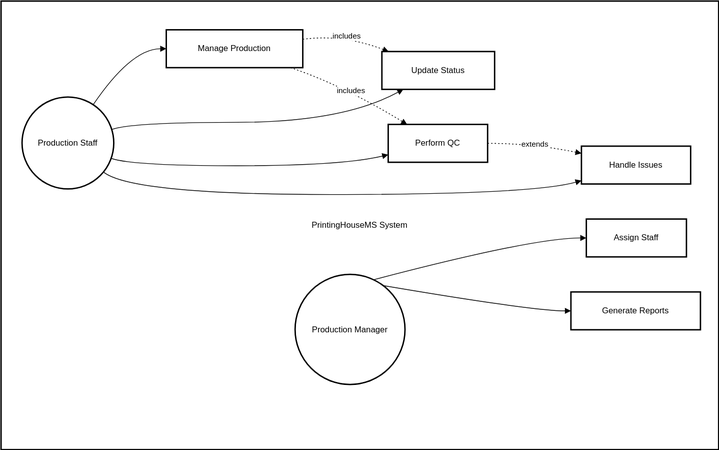
This is UseCase/UseCase2.drawio.svg from Arlindo536/PrintingHouseMS, a draw.io export, as it was before one commit. Source tidied: cells renumbered, new cells last; positions are measured from the earlier drawing's top-left corner, leaving out a move shared by most shapes.
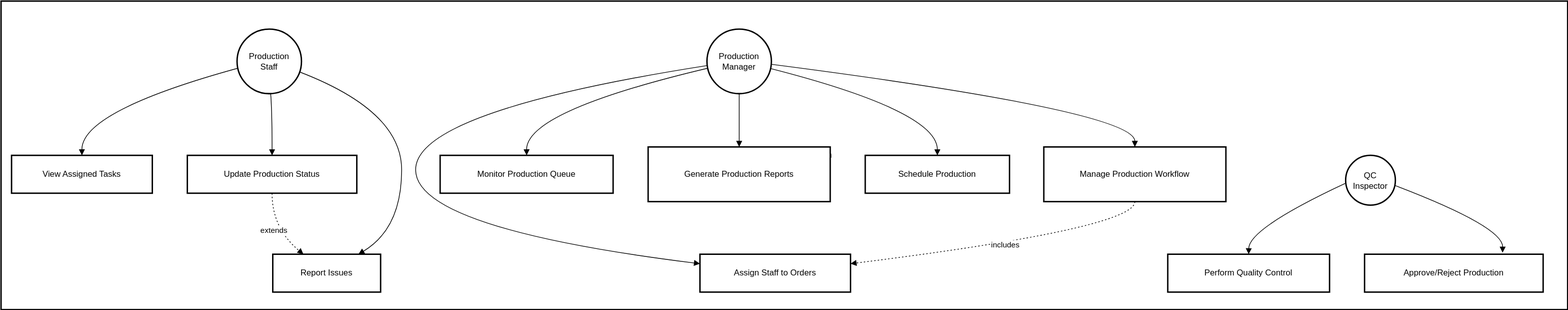
After the commit.

Diff of the diagram source:
```diff
@@ -3,95 +3,128 @@
     <mxCell id="0" />
     <mxCell id="1" parent="0" />
     <mxCell id="2" value="PrintingHouseMS System" style="whiteSpace=wrap;strokeWidth=2;" parent="1" vertex="1">
-      <mxGeometry width="1025" height="640" as="geometry" />
+      <mxGeometry x="50" y="-40" width="2237" height="440" as="geometry" />
     </mxCell>
-    <mxCell id="3" value="Production Staff" style="ellipse;strokeWidth=2;whiteSpace=wrap;" parent="1" vertex="1">
-      <mxGeometry x="30" y="137" width="131" height="131" as="geometry" />
+    <mxCell id="3" value="Production&#10;Staff" style="ellipse;strokeWidth=2;whiteSpace=wrap;" parent="1" vertex="1">
+      <mxGeometry x="387" width="92" height="92" as="geometry" />
     </mxCell>
-    <mxCell id="4" value="Production Manager" style="ellipse;strokeWidth=2;whiteSpace=wrap;" parent="1" vertex="1">
-      <mxGeometry x="420" y="390" width="157" height="157" as="geometry" />
+    <mxCell id="4" value="Production&#10;Manager" style="ellipse;strokeWidth=2;whiteSpace=wrap;" parent="1" vertex="1">
+      <mxGeometry x="1058" width="92" height="92" as="geometry" />
     </mxCell>
-    <mxCell id="5" value="Assign Staff" style="whiteSpace=wrap;strokeWidth=2;" parent="1" vertex="1">
-      <mxGeometry x="836" y="311" width="143" height="54" as="geometry" />
-    </mxCell>
-    <mxCell id="6" value="Manage Production" style="whiteSpace=wrap;strokeWidth=2;" parent="1" vertex="1">
-      <mxGeometry x="236" y="41" width="195" height="54" as="geometry" />
-    </mxCell>
-    <mxCell id="7" value="Update Status" style="whiteSpace=wrap;strokeWidth=2;" parent="1" vertex="1">
-      <mxGeometry x="544" y="72" width="161" height="54" as="geometry" />
-    </mxCell>
-    <mxCell id="8" value="Perform QC" style="whiteSpace=wrap;strokeWidth=2;" parent="1" vertex="1">
-      <mxGeometry x="553" y="176" width="142" height="54" as="geometry" />
-    </mxCell>
-    <mxCell id="9" value="Handle Issues" style="whiteSpace=wrap;strokeWidth=2;" parent="1" vertex="1">
-      <mxGeometry x="829" y="207" width="156" height="54" as="geometry" />
-    </mxCell>
-    <mxCell id="10" value="Generate Reports" style="whiteSpace=wrap;strokeWidth=2;" parent="1" vertex="1">
-      <mxGeometry x="814" y="415" width="185" height="54" as="geometry" />
-    </mxCell>
-    <mxCell id="11" style="curved=1;startArrow=none;endArrow=block;exitX=0.74;exitY=0;entryX=0;entryY=0.5;rounded=0;" parent="1" edge="1" source="4" target="5">
-      <mxGeometry relative="1" as="geometry">
-        <Array as="points">
-          <mxPoint x="759" y="338" />
-        </Array>
-      </mxGeometry>
-    </mxCell>
-    <mxCell id="12" style="curved=1;startArrow=none;endArrow=block;exitX=0.88;exitY=0;entryX=0;entryY=0.5;rounded=0;" parent="1" edge="1" source="4" target="10">
-      <mxGeometry relative="1" as="geometry">
-        <Array as="points">
-          <mxPoint x="759" y="442" />
-        </Array>
-      </mxGeometry>
-    </mxCell>
-    <mxCell id="13" style="curved=1;startArrow=none;endArrow=block;exitX=0.83;exitY=0;entryX=0;entryY=0.5;rounded=0;" parent="1" edge="1" source="3" target="6">
-      <mxGeometry relative="1" as="geometry">
-        <Array as="points">
-          <mxPoint x="186" y="68" />
-        </Array>
-      </mxGeometry>
-    </mxCell>
-    <mxCell id="14" style="curved=1;startArrow=none;endArrow=block;exitX=1;exitY=0.34;entryX=0.19;entryY=1;rounded=0;" parent="1" edge="1" source="3" target="7">
-      <mxGeometry relative="1" as="geometry">
-        <Array as="points">
-          <mxPoint x="186" y="173" />
-          <mxPoint x="488" y="173" />
-        </Array>
-      </mxGeometry>
-    </mxCell>
-    <mxCell id="15" style="curved=1;startArrow=none;endArrow=block;exitX=1;exitY=0.68;entryX=0;entryY=0.8;rounded=0;" parent="1" edge="1" source="3" target="8">
-      <mxGeometry relative="1" as="geometry">
-        <Array as="points">
-          <mxPoint x="186" y="235" />
-          <mxPoint x="488" y="235" />
-        </Array>
-      </mxGeometry>
-    </mxCell>
-    <mxCell id="16" style="curved=1;startArrow=none;endArrow=block;exitX=1;exitY=0.91;entryX=0;entryY=0.91;rounded=0;" parent="1" edge="1" source="3" target="9">
-      <mxGeometry relative="1" as="geometry">
-        <Array as="points">
-          <mxPoint x="186" y="276" />
-          <mxPoint x="759" y="276" />
-        </Array>
-      </mxGeometry>
-    </mxCell>
-    <mxCell id="17" value="includes" style="curved=1;dashed=1;dashPattern=2 3;startArrow=none;endArrow=block;exitX=1;exitY=0.25;entryX=0.06;entryY=0;rounded=0;" parent="1" edge="1" source="6" target="7">
-      <mxGeometry relative="1" as="geometry">
-        <Array as="points">
-          <mxPoint x="488" y="47" />
-        </Array>
-      </mxGeometry>
-    </mxCell>
-    <mxCell id="18" value="includes" style="curved=1;dashed=1;dashPattern=2 3;startArrow=none;endArrow=block;exitX=0.91;exitY=1;entryX=0.19;entryY=0;rounded=0;" parent="1" edge="1" source="6" target="8">
-      <mxGeometry relative="1" as="geometry">
-        <Array as="points">
-          <mxPoint x="488" y="120" />
-        </Array>
-      </mxGeometry>
-    </mxCell>
+    <mxCell id="20" value="QC&#10;Inspector" style="ellipse;strokeWidth=2;whiteSpace=wrap;" parent="1" vertex="1">
+      <mxGeometry x="1970" y="180" width="71" height="71" as="geometry" />
+    </mxCell>
+    <mxCell id="21" value="View Assigned Tasks" style="whiteSpace=wrap;strokeWidth=2;" parent="1" vertex="1">
+      <mxGeometry x="65" y="180" width="201" height="54" as="geometry" />
+    </mxCell>
+    <mxCell id="22" value="Update Production Status" style="whiteSpace=wrap;strokeWidth=2;" parent="1" vertex="1">
+      <mxGeometry x="316" y="180" width="242" height="54" as="geometry" />
+    </mxCell>
+    <mxCell id="23" value="Report Issues" style="whiteSpace=wrap;strokeWidth=2;" parent="1" vertex="1">
+      <mxGeometry x="438" y="321" width="154" height="54" as="geometry" />
+    </mxCell>
+    <mxCell id="24" value="Assign Staff to Orders" style="whiteSpace=wrap;strokeWidth=2;" parent="1" vertex="1">
+      <mxGeometry x="1048" y="321" width="215" height="54" as="geometry" />
+    </mxCell>
+    <mxCell id="25" value="Monitor Production Queue" style="whiteSpace=wrap;strokeWidth=2;" parent="1" vertex="1">
+      <mxGeometry x="677" y="180" width="247" height="54" as="geometry" />
+    </mxCell>
+    <mxCell id="26" value="Generate Production Reports" style="whiteSpace=wrap;strokeWidth=2;" parent="1" vertex="1">
+      <mxGeometry x="974" y="168" width="260" height="78" as="geometry" />
+    </mxCell>
+    <mxCell id="27" value="Perform Quality Control" style="whiteSpace=wrap;strokeWidth=2;" parent="1" vertex="1">
+      <mxGeometry x="1716" y="321" width="231" height="54" as="geometry" />
+    </mxCell>
+    <mxCell id="28" value="Approve/Reject Production" style="whiteSpace=wrap;strokeWidth=2;" parent="1" vertex="1">
+      <mxGeometry x="1997" y="321" width="255" height="54" as="geometry" />
+    </mxCell>
+    <mxCell id="29" value="Schedule Production" style="whiteSpace=wrap;strokeWidth=2;" parent="1" vertex="1">
+      <mxGeometry x="1284" y="180" width="206" height="54" as="geometry" />
+    </mxCell>
+    <mxCell id="30" value="Manage Production Workflow" style="whiteSpace=wrap;strokeWidth=2;" parent="1" vertex="1">
+      <mxGeometry x="1539" y="168" width="260" height="78" as="geometry" />
+    </mxCell>
+    <mxCell id="31" style="curved=1;startArrow=none;endArrow=block;exitX=0;exitY=0.63;entryX=0.5;entryY=0.01;rounded=0;" parent="1" edge="1" source="3" target="21">
+      <mxGeometry relative="1" as="geometry">
+        <Array as="points">
+          <mxPoint x="165" y="117" />
+        </Array>
+      </mxGeometry>
+    </mxCell>
+    <mxCell id="32" style="curved=1;startArrow=none;endArrow=block;exitX=0.53;exitY=1;entryX=0.5;entryY=0.01;rounded=0;" parent="1" edge="1" source="3" target="22">
+      <mxGeometry relative="1" as="geometry">
+        <Array as="points">
+          <mxPoint x="437" y="117" />
+        </Array>
+      </mxGeometry>
+    </mxCell>
+    <mxCell id="33" style="curved=1;startArrow=none;endArrow=block;exitX=1;exitY=0.69;entryX=0.8;entryY=-0.01;rounded=0;" parent="1" edge="1" source="3" target="23">
+      <mxGeometry relative="1" as="geometry">
+        <Array as="points">
+          <mxPoint x="622" y="117" />
+          <mxPoint x="622" y="284" />
+        </Array>
+      </mxGeometry>
+    </mxCell>
+    <mxCell id="34" style="curved=1;startArrow=none;endArrow=block;exitX=0;exitY=0.58;entryX=0;entryY=0.25;rounded=0;" parent="1" edge="1" source="4" target="24">
+      <mxGeometry relative="1" as="geometry">
+        <Array as="points">
+          <mxPoint x="642" y="117" />
+          <mxPoint x="642" y="284" />
+        </Array>
+      </mxGeometry>
+    </mxCell>
+    <mxCell id="35" style="curved=1;startArrow=none;endArrow=block;exitX=0;exitY=0.62;entryX=0.5;entryY=0.01;rounded=0;" parent="1" edge="1" source="4" target="25">
+      <mxGeometry relative="1" as="geometry">
+        <Array as="points">
+          <mxPoint x="800" y="117" />
+        </Array>
+      </mxGeometry>
+    </mxCell>
+    <mxCell id="36" style="curved=1;startArrow=none;endArrow=block;exitX=0.5;exitY=1;entryX=0.5;entryY=0.01;rounded=0;" parent="1" edge="1" source="4" target="26">
+      <mxGeometry relative="1" as="geometry" />
+    </mxCell>
+    <mxCell id="37" style="curved=1;startArrow=none;endArrow=block;exitX=0.99;exitY=0.62;entryX=0.5;entryY=0.01;rounded=0;" parent="1" edge="1" source="4" target="29">
+      <mxGeometry relative="1" as="geometry">
+        <Array as="points">
+          <mxPoint x="1387" y="117" />
+        </Array>
+      </mxGeometry>
+    </mxCell>
+    <mxCell id="38" style="curved=1;startArrow=none;endArrow=block;exitX=0.99;exitY=0.56;entryX=0.5;entryY=0.01;rounded=0;" parent="1" edge="1" source="4" target="30">
+      <mxGeometry relative="1" as="geometry">
+        <Array as="points">
+          <mxPoint x="1669" y="117" />
+        </Array>
+      </mxGeometry>
+    </mxCell>
+    <mxCell id="39" style="curved=1;startArrow=none;endArrow=block;exitX=0;exitY=0.57;entryX=0.5;entryY=-0.01;rounded=0;" parent="1" edge="1" source="20" target="27">
+      <mxGeometry relative="1" as="geometry">
+        <Array as="points">
+          <mxPoint x="1832" y="284" />
+        </Array>
+      </mxGeometry>
+    </mxCell>
+    <mxCell id="40" style="curved=1;startArrow=none;endArrow=block;exitX=0;exitY=0.66;entryX=0.5;entryY=-0.01;rounded=0;" parent="1" edge="1">
+      <mxGeometry relative="1" as="geometry">
+        <mxPoint x="2041" y="223.2" as="sourcePoint" />
+        <mxPoint x="2194.1" y="318.8" as="targetPoint" />
+        <Array as="points">
+          <mxPoint x="2194.6" y="281.8" />
+        </Array>
+      </mxGeometry>
+    </mxCell>
+    <mxCell id="41" value="includes" style="curved=1;dashed=1;dashPattern=2 3;startArrow=none;endArrow=block;exitX=0.5;exitY=1.01;entryX=1;entryY=0.25;rounded=0;" parent="1" edge="1" source="30" target="24">
+      <mxGeometry relative="1" as="geometry">
+        <Array as="points">
+          <mxPoint x="1669" y="284" />
+        </Array>
+      </mxGeometry>
+    </mxCell>
-    <mxCell id="19" value="extends" style="curved=1;dashed=1;dashPattern=2 3;startArrow=none;endArrow=block;exitX=1;exitY=0.5;entryX=0;entryY=0.19;rounded=0;" parent="1" edge="1" source="8" target="9">
+    <mxCell id="19" value="extends" style="curved=1;dashed=1;dashPattern=2 3;startArrow=none;endArrow=block;exitX=0.5;exitY=1.01;entryX=0.28;entryY=-0.01;rounded=0;" parent="1" edge="1" source="22" target="23">
       <mxGeometry relative="1" as="geometry">
         <Array as="points">
-          <mxPoint x="759" y="203" />
+          <mxPoint x="437" y="284" />
         </Array>
       </mxGeometry>
     </mxCell>
```
